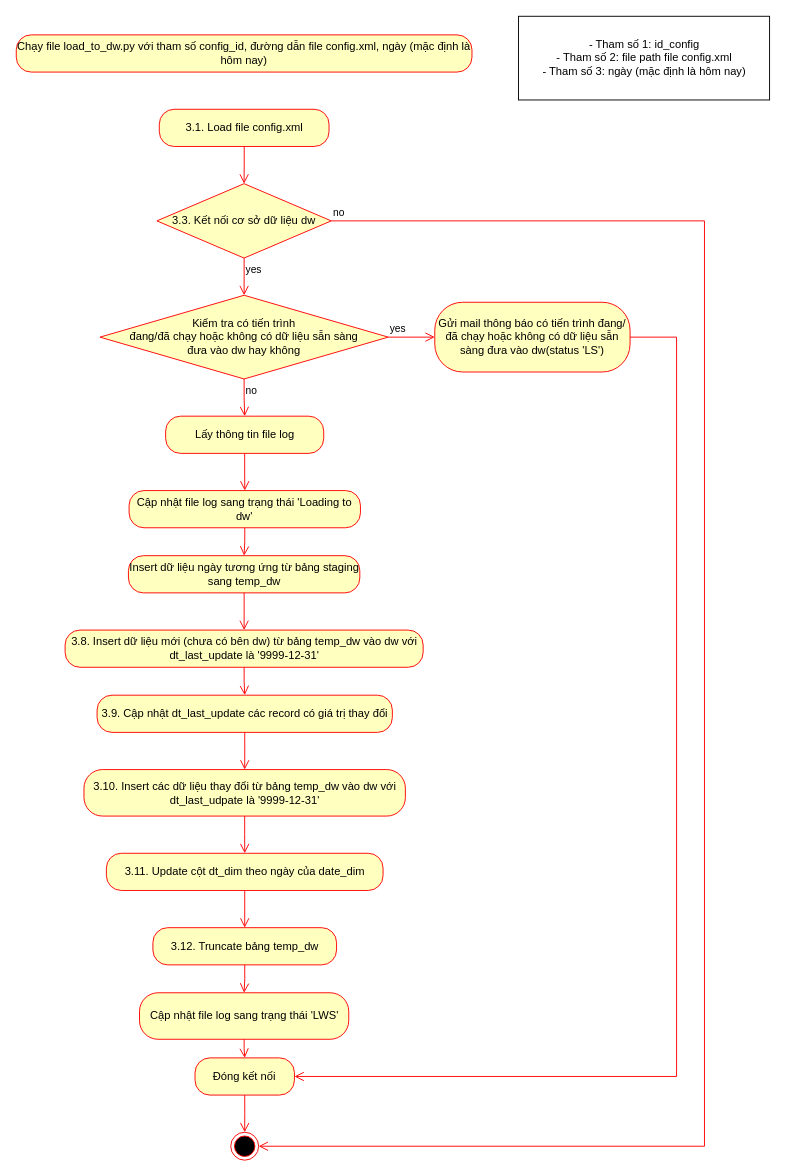
Above: page "Load to dw" (4 of 4) of architecture.drawio in million-dollar-dev/nlu-data-warehouse_project (draw.io), before the change. Source tidied: cells renumbered, new cells numbered last; positions are measured from the earlier drawing's top-left corner, leaving out a move shared by most shapes. Both pictures are drawn from the tidied source at 93%, with x=0, y=0 at pixel (16, 16).
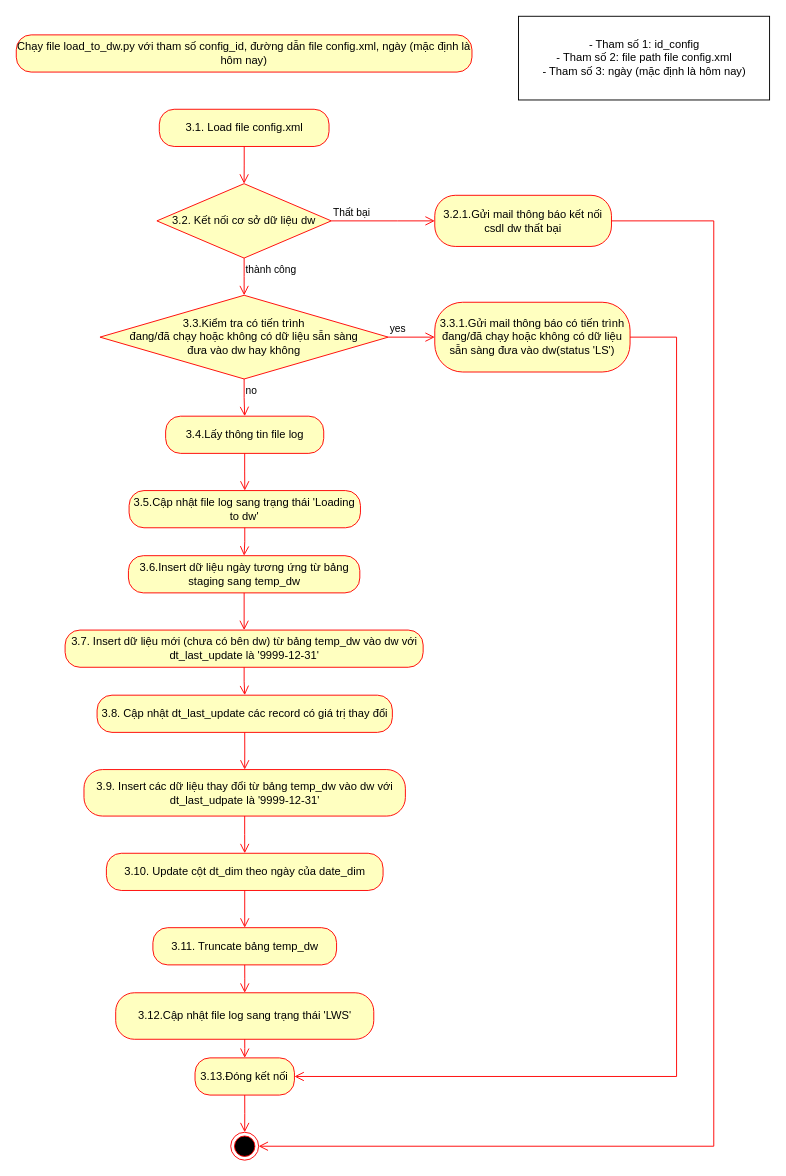
Above is the later version.

Unchanged cells that the change refers to:
```xml
<mxCell id="31" style="ellipse;html=1;shape=endState;fillColor=#000000;strokeColor=#ff0000;" parent="1" vertex="1">
  <mxGeometry x="230.6" y="1200" width="30" height="30" as="geometry" />
</mxCell>
```

The edit, as a diff of the source:
```diff
@@
-    <mxCell id="5" value="Lấy thông tin file log" style="rounded=1;whiteSpace=wrap;html=1;arcSize=40;fontColor=#000000;fillColor=#ffffc0;strokeColor=#ff0000;" parent="1" vertex="1">
+    <mxCell id="5" value="3.4.Lấy thông tin file log" style="rounded=1;whiteSpace=wrap;html=1;arcSize=40;fontColor=#000000;fillColor=#ffffc0;strokeColor=#ff0000;" parent="1" vertex="1">
       <mxGeometry x="160.6" y="430" width="170" height="40" as="geometry" />
     </mxCell>
@@
-    <mxCell id="8" value="Insert dữ liệu ngày tương ứng từ bảng staging sang temp_dw" style="rounded=1;whiteSpace=wrap;html=1;arcSize=40;fontColor=#000000;fillColor=#ffffc0;strokeColor=#ff0000;" parent="1" vertex="1">
+    <mxCell id="8" value="3.6.Insert dữ liệu ngày tương ứng từ bảng staging sang temp_dw" style="rounded=1;whiteSpace=wrap;html=1;arcSize=40;fontColor=#000000;fillColor=#ffffc0;strokeColor=#ff0000;" parent="1" vertex="1">
       <mxGeometry x="120.6" y="580" width="248.8" height="40" as="geometry" />
     </mxCell>
-    <mxCell id="9" value="3.8. Insert dữ liệu mới (chưa có bên dw) từ bảng temp_dw vào dw với dt_last_update là '9999-12-31'" style="rounded=1;whiteSpace=wrap;html=1;arcSize=40;fontColor=#000000;fillColor=#ffffc0;strokeColor=#ff0000;" parent="1" vertex="1">
+    <mxCell id="9" value="3.7. Insert dữ liệu mới (chưa có bên dw) từ bảng temp_dw vào dw với dt_last_update là '9999-12-31'" style="rounded=1;whiteSpace=wrap;html=1;arcSize=40;fontColor=#000000;fillColor=#ffffc0;strokeColor=#ff0000;" parent="1" vertex="1">
       <mxGeometry x="52.5" y="660" width="385" height="40" as="geometry" />
     </mxCell>
@@
-    <mxCell id="11" value="3.9. Cập nhật dt_last_update các record có giá trị thay đổi" style="rounded=1;whiteSpace=wrap;html=1;arcSize=40;fontColor=#000000;fillColor=#ffffc0;strokeColor=#ff0000;" parent="1" vertex="1">
+    <mxCell id="11" value="3.8. Cập nhật dt_last_update các record có giá trị thay đổi" style="rounded=1;whiteSpace=wrap;html=1;arcSize=40;fontColor=#000000;fillColor=#ffffc0;strokeColor=#ff0000;" parent="1" vertex="1">
       <mxGeometry x="86.9" y="730" width="317.5" height="40" as="geometry" />
     </mxCell>
-    <mxCell id="12" value="3.10. Insert các dữ liệu thay đổi từ bảng temp_dw vào dw với dt_last_udpate là '9999-12-31'" style="rounded=1;whiteSpace=wrap;html=1;arcSize=40;fontColor=#000000;fillColor=#ffffc0;strokeColor=#ff0000;" parent="1" vertex="1">
+    <mxCell id="12" value="3.9. Insert các dữ liệu thay đổi từ bảng temp_dw vào dw với dt_last_udpate là '9999-12-31'" style="rounded=1;whiteSpace=wrap;html=1;arcSize=40;fontColor=#000000;fillColor=#ffffc0;strokeColor=#ff0000;" parent="1" vertex="1">
       <mxGeometry x="72.8" y="810" width="345.6" height="50" as="geometry" />
     </mxCell>
@@
-    <mxCell id="14" value="3.11. Update cột dt_dim theo ngày của date_dim" style="rounded=1;whiteSpace=wrap;html=1;arcSize=40;fontColor=#000000;fillColor=#ffffc0;strokeColor=#ff0000;" parent="1" vertex="1">
+    <mxCell id="14" value="3.10. Update cột dt_dim theo ngày của date_dim" style="rounded=1;whiteSpace=wrap;html=1;arcSize=40;fontColor=#000000;fillColor=#ffffc0;strokeColor=#ff0000;" parent="1" vertex="1">
       <mxGeometry x="96.9" y="900" width="297.5" height="40" as="geometry" />
     </mxCell>
@@
-    <mxCell id="17" value="3.12. Truncate bảng temp_dw" style="rounded=1;whiteSpace=wrap;html=1;arcSize=40;fontColor=#000000;fillColor=#ffffc0;strokeColor=#ff0000;" parent="1" vertex="1">
+    <mxCell id="17" value="3.11. Truncate bảng temp_dw" style="rounded=1;whiteSpace=wrap;html=1;arcSize=40;fontColor=#000000;fillColor=#ffffc0;strokeColor=#ff0000;" parent="1" vertex="1">
       <mxGeometry x="146.9" y="980" width="197.5" height="40" as="geometry" />
     </mxCell>
@@
-    <mxCell id="20" value="Cập nhật file log sang trạng thái 'LWS'" style="rounded=1;whiteSpace=wrap;html=1;arcSize=40;fontColor=#000000;fillColor=#ffffc0;strokeColor=#ff0000;" parent="1" vertex="1">
-      <mxGeometry x="132.5" y="1050" width="225" height="50" as="geometry" />
+    <mxCell id="20" value="3.12.Cập nhật file log sang trạng thái 'LWS'" style="rounded=1;whiteSpace=wrap;html=1;arcSize=40;fontColor=#000000;fillColor=#ffffc0;strokeColor=#ff0000;" parent="1" vertex="1">
+      <mxGeometry x="106.9" y="1050" width="277.5" height="50" as="geometry" />
     </mxCell>
-    <mxCell id="21" value="Đóng kết nối" style="rounded=1;whiteSpace=wrap;html=1;arcSize=40;fontColor=#000000;fillColor=#ffffc0;strokeColor=#ff0000;" parent="1" vertex="1">
+    <mxCell id="21" value="3.13.Đóng kết nối" style="rounded=1;whiteSpace=wrap;html=1;arcSize=40;fontColor=#000000;fillColor=#ffffc0;strokeColor=#ff0000;" parent="1" vertex="1">
       <mxGeometry x="192.2" y="1120" width="106.9" height="40" as="geometry" />
     </mxCell>
@@
-    <mxCell id="23" value="Kiểm tra có tiến trình &lt;br&gt;đang/đã chạy hoặc không có dữ liệu sẵn sàng &lt;br&gt;đưa vào dw hay không" style="rhombus;whiteSpace=wrap;html=1;fillColor=#ffffc0;strokeColor=#ff0000;" parent="1" vertex="1">
+    <mxCell id="23" value="3.3.Kiểm tra có tiến trình &lt;br&gt;đang/đã chạy hoặc không có dữ liệu sẵn sàng &lt;br&gt;đưa vào dw hay không" style="rhombus;whiteSpace=wrap;html=1;fillColor=#ffffc0;strokeColor=#ff0000;" parent="1" vertex="1">
       <mxGeometry x="90" y="300" width="310" height="90" as="geometry" />
     </mxCell>
@@
-    <mxCell id="26" value="3.3. Kết nối cơ sở dữ liệu dw" style="rhombus;whiteSpace=wrap;html=1;fillColor=#ffffc0;strokeColor=#ff0000;" parent="1" vertex="1">
+    <mxCell id="26" value="3.2. Kết nối cơ sở dữ liệu dw" style="rhombus;whiteSpace=wrap;html=1;fillColor=#ffffc0;strokeColor=#ff0000;" parent="1" vertex="1">
       <mxGeometry x="151.2" y="180" width="187.5" height="80" as="geometry" />
     </mxCell>
-    <mxCell id="27" value="no" style="edgeStyle=orthogonalEdgeStyle;html=1;align=left;verticalAlign=bottom;endArrow=open;endSize=8;strokeColor=#ff0000;rounded=0;entryX=1;entryY=0.5;entryDx=0;entryDy=0;" parent="1" edge="1" source="26" target="31">
+    <mxCell id="27" value="Thất bại" style="edgeStyle=orthogonalEdgeStyle;html=1;align=left;verticalAlign=bottom;endArrow=open;endSize=8;strokeColor=#ff0000;rounded=0;entryX=0;entryY=0.5;entryDx=0;entryDy=0;" parent="1" edge="1" source="26" target="35">
       <mxGeometry x="-1" relative="1" as="geometry">
         <Array as="points">
-          <mxPoint x="740" y="220" />
-          <mxPoint x="740" y="1215" />
+          <mxPoint x="410" y="220" />
+          <mxPoint x="410" y="220" />
         </Array>
       </mxGeometry>
     </mxCell>
-    <mxCell id="28" value="yes" style="edgeStyle=orthogonalEdgeStyle;html=1;align=left;verticalAlign=top;endArrow=open;endSize=8;strokeColor=#ff0000;rounded=0;entryX=0.5;entryY=0;entryDx=0;entryDy=0;" parent="1" edge="1" source="26" target="23">
+    <mxCell id="28" value="thành công" style="edgeStyle=orthogonalEdgeStyle;html=1;align=left;verticalAlign=top;endArrow=open;endSize=8;strokeColor=#ff0000;rounded=0;entryX=0.5;entryY=0;entryDx=0;entryDy=0;" parent="1" edge="1" source="26" target="23">
       <mxGeometry x="-1" relative="1" as="geometry" />
     </mxCell>
-    <mxCell id="29" value="Cập nhật file log sang trạng thái 'Loading to dw'" style="rounded=1;whiteSpace=wrap;html=1;arcSize=40;fontColor=#000000;fillColor=#ffffc0;strokeColor=#ff0000;" parent="1" vertex="1">
+    <mxCell id="29" value="3.5.Cập nhật file log sang trạng thái 'Loading to dw'" style="rounded=1;whiteSpace=wrap;html=1;arcSize=40;fontColor=#000000;fillColor=#ffffc0;strokeColor=#ff0000;" parent="1" vertex="1">
       <mxGeometry x="121.3" y="510" width="248.8" height="40" as="geometry" />
     </mxCell>
@@
-    <mxCell id="33" value="Gửi mail thông báo có tiến trình đang/đã chạy hoặc không có dữ liệu sẵn sàng đưa vào dw(status 'LS')" style="rounded=1;whiteSpace=wrap;html=1;arcSize=40;fontColor=#000000;fillColor=#ffffc0;strokeColor=#ff0000;" parent="1" vertex="1">
+    <mxCell id="33" value="3.3.1.Gửi mail thông báo có tiến trình đang/đã chạy hoặc không có dữ liệu sẵn sàng đưa vào dw(status 'LS')" style="rounded=1;whiteSpace=wrap;html=1;arcSize=40;fontColor=#000000;fillColor=#ffffc0;strokeColor=#ff0000;" parent="1" vertex="1">
       <mxGeometry x="450" y="307.5" width="210" height="75" as="geometry" />
     </mxCell>
@@
+    <mxCell id="35" value="3.2.1.Gửi mail thông báo kết nối csdl dw thất bại" style="rounded=1;whiteSpace=wrap;html=1;arcSize=40;fontColor=#000000;fillColor=#ffffc0;strokeColor=#ff0000;" parent="1" vertex="1">
+      <mxGeometry x="450" y="192.5" width="190" height="55" as="geometry" />
+    </mxCell>
+    <mxCell id="36" style="edgeStyle=orthogonalEdgeStyle;html=1;verticalAlign=bottom;endArrow=open;endSize=8;strokeColor=#ff0000;rounded=0;entryX=1;entryY=0.5;entryDx=0;entryDy=0;exitX=1;exitY=0.5;exitDx=0;exitDy=0;" parent="1" edge="1" source="35" target="31">
+      <mxGeometry relative="1" as="geometry">
+        <Array as="points">
+          <mxPoint x="750" y="220" />
+          <mxPoint x="750" y="1215" />
+        </Array>
+      </mxGeometry>
+    </mxCell>
```
